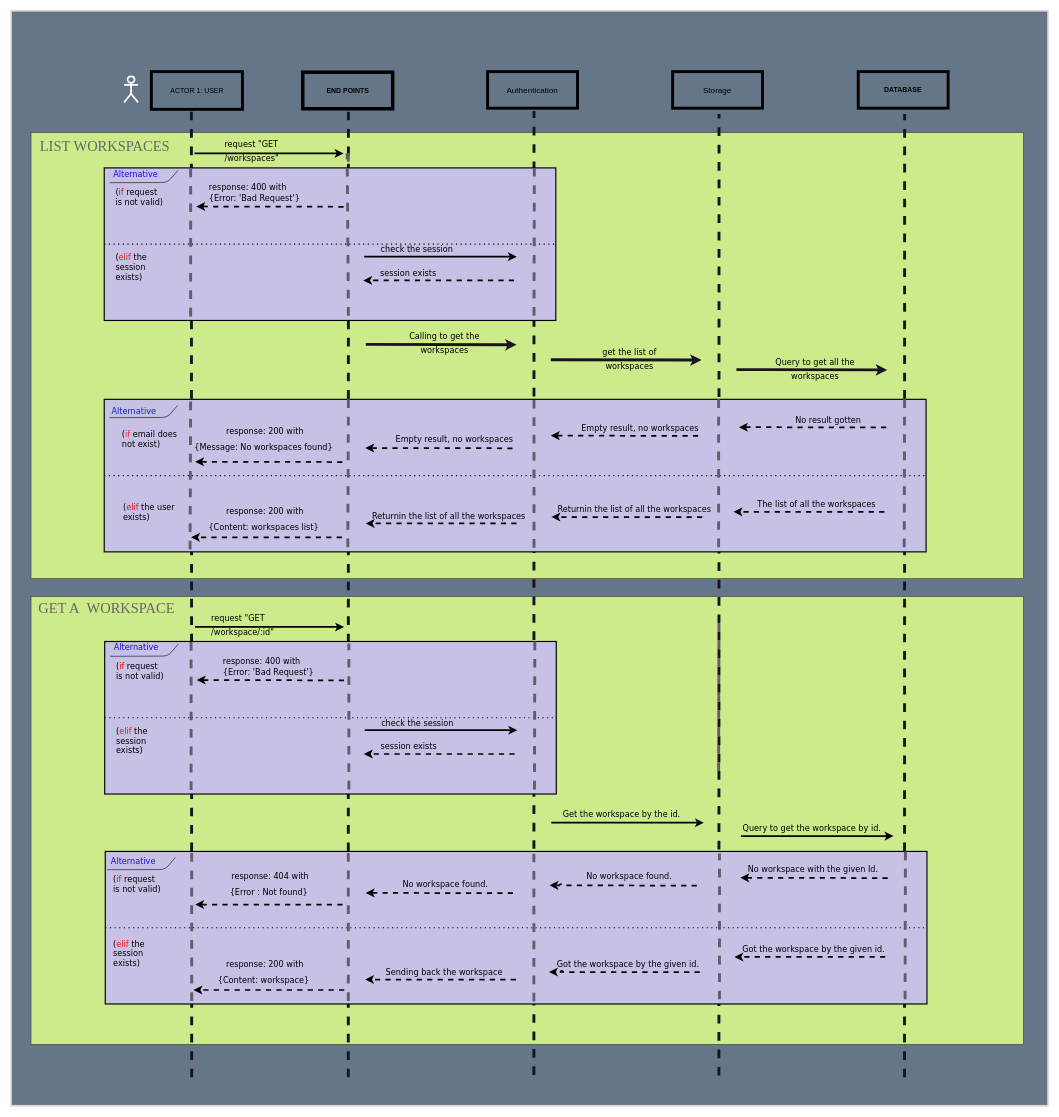
This is UML/sequence_diagram/get_list_workspaces_diagram.dio from Kolapo-code/Booker, a draw.io file, before an edit. Source tidied: cells renumbered, new cells numbered last; positions are measured from the earlier drawing's top-left corner, leaving out a move shared by most shapes. Both pictures are drawn from the tidied source at 58%, with x=0, y=0 at pixel (10, 10).
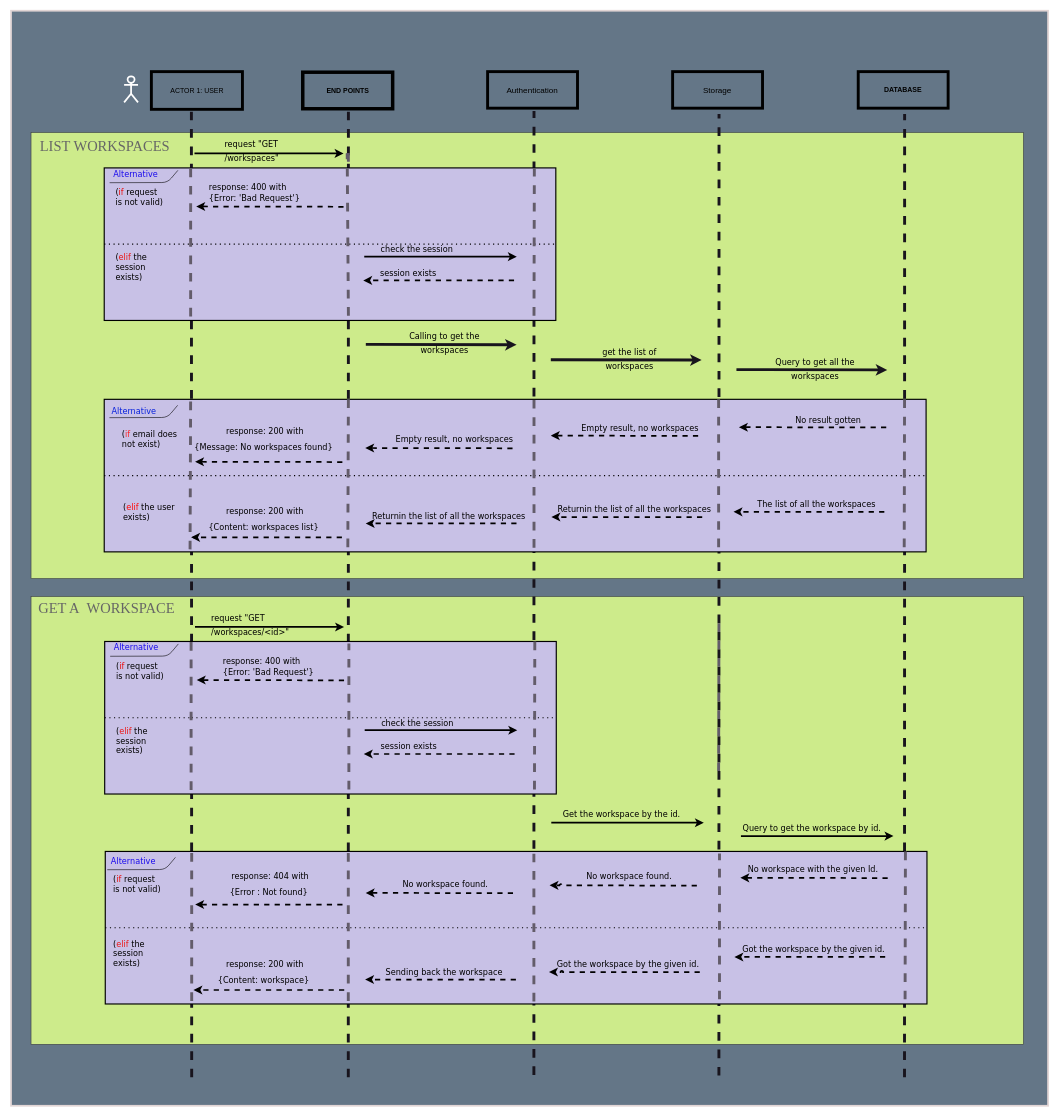
The same page after the edit.

Commit message (it also covers changes not shown here):
Committing the diagrams for the get workspace by id, and get list of available workspaces.

Fixing the routes.

The edit, as a diff of the source:
```diff
@@
-    <mxCell id="88" value="&lt;span style=&quot;color: rgb(0, 0, 0); font-family: Verdana; font-size: 14px; font-style: normal; font-variant-ligatures: normal; font-variant-caps: normal; font-weight: 400; letter-spacing: normal; orphans: 2; text-align: center; text-indent: 0px; text-transform: none; widows: 2; word-spacing: 0px; -webkit-text-stroke-width: 0px; text-decoration-thickness: initial; text-decoration-style: initial; text-decoration-color: initial; float: none; display: inline !important;&quot;&gt;request &quot;GET /workspace/:id&quot;&lt;/span&gt;" style="text;whiteSpace=wrap;html=1;fontSize=19;fontColor=#000000;" parent="1" vertex="1">
-      <mxGeometry x="344" y="1029" width="187" height="50" as="geometry" />
+    <mxCell id="88" value="&lt;span style=&quot;color: rgb(0, 0, 0); font-family: Verdana; font-size: 14px; font-style: normal; font-variant-ligatures: normal; font-variant-caps: normal; font-weight: 400; letter-spacing: normal; orphans: 2; text-align: center; text-indent: 0px; text-transform: none; widows: 2; word-spacing: 0px; -webkit-text-stroke-width: 0px; text-decoration-thickness: initial; text-decoration-style: initial; text-decoration-color: initial; float: none; display: inline !important;&quot;&gt;request &quot;GET /workspaces/&amp;lt;id&amp;gt;&quot;&lt;/span&gt;" style="text;whiteSpace=wrap;html=1;fontSize=19;fontColor=#000000;" parent="1" vertex="1">
+      <mxGeometry x="344" y="1029" width="206" height="50" as="geometry" />
     </mxCell>
```
